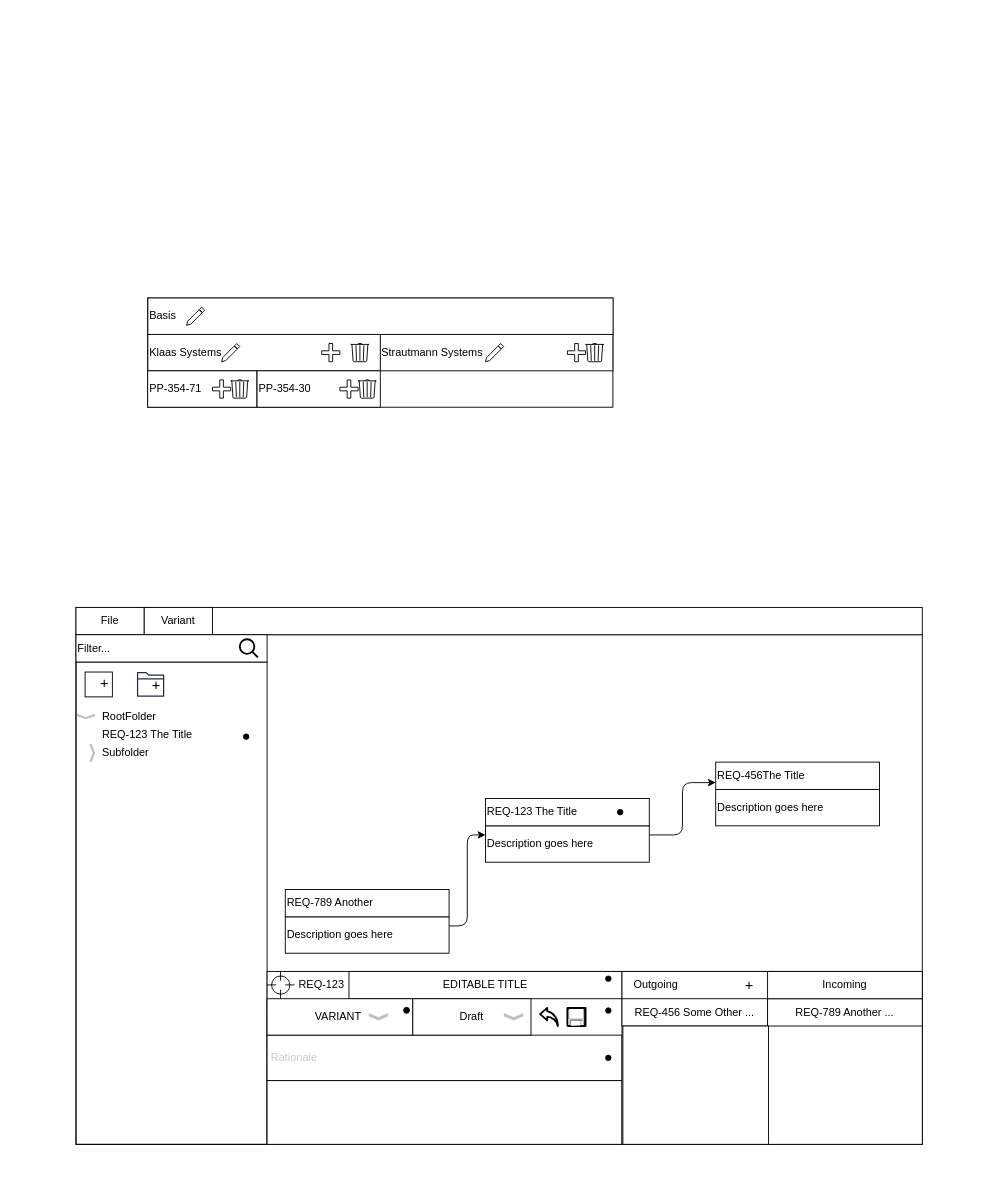
sb-oth/othmerding_requirements keeps this draw.io diagram as layout.drawio. Above is the earlier version. Source tidied: cells renumbered, new cells numbered last; positions are measured from the earlier drawing's top-left corner, leaving out a move shared by most shapes. Both pictures are drawn from the tidied source at 91%, with x=0, y=0 at pixel (76, 298).
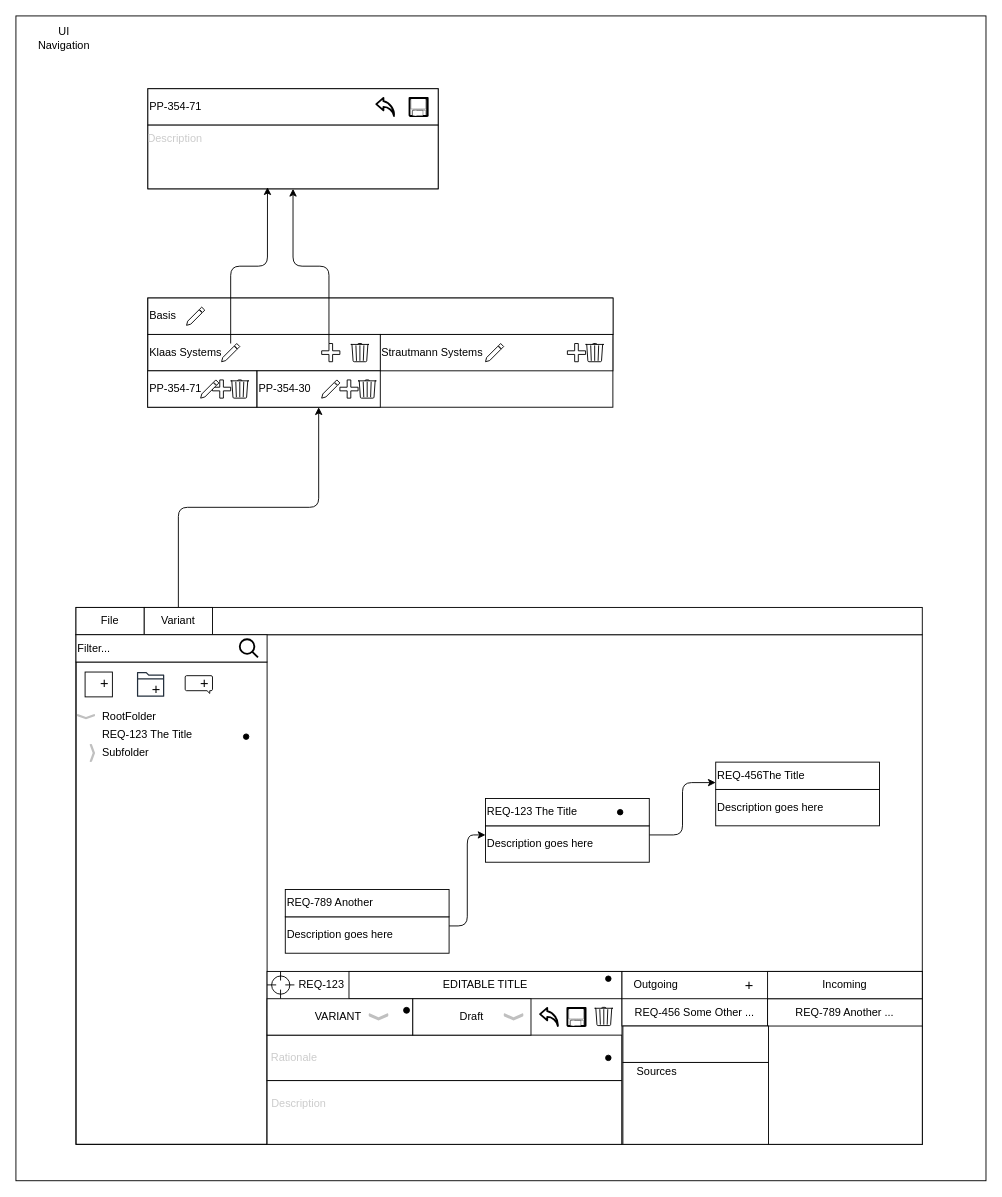
The same page after the edit.

Unchanged cells that the change refers to:
```xml
<mxCell id="18" value="Variant" style="rounded=0;whiteSpace=wrap;html=1;" parent="1" vertex="1">
  <mxGeometry x="75" y="340" width="75" height="30" as="geometry" />
</mxCell>
<mxCell id="36" value="&lt;span style=&quot;color: rgb(0, 0, 0);&quot;&gt;PP-354-30&lt;/span&gt;" style="rounded=0;whiteSpace=wrap;html=1;align=left;" parent="1" vertex="1">
  <mxGeometry x="199" y="80" width="135.4" height="40" as="geometry" />
</mxCell>
<mxCell id="37" style="shape=cross;whiteSpace=wrap;html=1;" parent="1" vertex="1">
  <mxGeometry x="270" y="50" width="20" height="20" as="geometry" />
</mxCell>
<mxCell id="45" style="html=1;dashed=0;verticalLabelPosition=bottom;verticalAlign=top;align=center;shape=mxgraph.gmdl.edit;shadow=0;sketch=0;labelPerimeter=1;" parent="1" vertex="1">
  <mxGeometry x="160" y="50" width="20" height="20" as="geometry" />
</mxCell>
```

Change to the diagram source:
```diff
@@
+    <mxCell id="76" style="rounded=0;whiteSpace=wrap;html=1;" parent="1" vertex="1">
+      <mxGeometry x="-66" y="-310" width="1066" height="1280" as="geometry" />
+    </mxCell>
@@
+    <mxCell id="77" style="edgeStyle=orthogonalEdgeStyle;shape=connector;rounded=1;html=1;exitX=0.5;exitY=0;exitDx=0;exitDy=0;entryX=0.5;entryY=1;entryDx=0;entryDy=0;strokeColor=default;strokeWidth=1;align=center;verticalAlign=middle;fontFamily=Helvetica;fontSize=11;fontColor=default;labelBackgroundColor=default;endArrow=classic;endFill=1;" parent="1" edge="1" source="18" target="36">
+      <mxGeometry relative="1" as="geometry" />
+    </mxCell>
@@
+    <mxCell id="78" style="edgeStyle=orthogonalEdgeStyle;shape=connector;rounded=1;html=1;exitX=0.5;exitY=0;exitDx=-2;exitDy=0;exitPerimeter=0;entryX=0.5;entryY=1;entryDx=0;entryDy=0;strokeColor=default;strokeWidth=1;align=center;verticalAlign=middle;fontFamily=Helvetica;fontSize=11;fontColor=default;labelBackgroundColor=default;endArrow=classic;endFill=1;" parent="1" edge="1" source="37" target="81">
+      <mxGeometry relative="1" as="geometry" />
+    </mxCell>
@@
-    <mxCell id="53" style="ellipse;whiteSpace=wrap;html=1;shapeInside=1;fillColor=#000000;" parent="1" vertex="1">
-      <mxGeometry x="582" y="780" width="6" height="6" as="geometry" />
-    </mxCell>
@@
-    <mxCell id="59" value="&lt;font style=&quot;font-size: 16px;&quot;&gt;+&lt;/font&gt;" style="text;html=1;whiteSpace=wrap;strokeColor=none;fillColor=none;align=center;verticalAlign=middle;rounded=0;" parent="1" vertex="1">
-      <mxGeometry x="67" y="410" width="43" height="30" as="geometry" />
-    </mxCell>
@@
     <mxCell id="75" style="rounded=0;whiteSpace=wrap;html=1;" parent="1" vertex="1">
-      <mxGeometry x="601" y="800" width="160" height="130" as="geometry" />
+      <mxGeometry x="601" y="800" width="160" height="40" as="geometry" />
     </mxCell>
+    <mxCell id="79" style="rounded=0;whiteSpace=wrap;html=1;" parent="1" vertex="1">
+      <mxGeometry x="79" y="-230" width="319" height="110" as="geometry" />
+    </mxCell>
+    <mxCell id="80" value="PP-354-71" style="rounded=0;whiteSpace=wrap;html=1;align=left;" parent="1" vertex="1">
+      <mxGeometry x="79" y="-230" width="319" height="40" as="geometry" />
+    </mxCell>
+    <mxCell id="81" style="rounded=0;whiteSpace=wrap;html=1;align=left;" parent="1" vertex="1">
+      <mxGeometry x="79" y="-190" width="319" height="70" as="geometry" />
+    </mxCell>
+    <mxCell id="82" style="html=1;dashed=0;verticalLabelPosition=bottom;verticalAlign=top;align=center;shape=mxgraph.gmdl.edit;shadow=0;sketch=0;labelPerimeter=1;" parent="1" vertex="1">
+      <mxGeometry x="137" y="90" width="20" height="20" as="geometry" />
+    </mxCell>
+    <mxCell id="83" style="html=1;dashed=0;verticalLabelPosition=bottom;verticalAlign=top;align=center;shape=mxgraph.gmdl.edit;shadow=0;sketch=0;labelPerimeter=1;" parent="1" vertex="1">
+      <mxGeometry x="270" y="90" width="20" height="20" as="geometry" />
+    </mxCell>
+    <mxCell id="84" value="Description" style="text;html=1;whiteSpace=wrap;strokeColor=none;fillColor=none;align=center;verticalAlign=middle;rounded=0;fontColor=#CCCCCC;" parent="1" vertex="1">
+      <mxGeometry x="215" y="870" width="60" height="30" as="geometry" />
+    </mxCell>
+    <mxCell id="85" value="Description" style="text;html=1;whiteSpace=wrap;strokeColor=none;fillColor=none;align=center;verticalAlign=middle;rounded=0;fontColor=#CCCCCC;" parent="1" vertex="1">
+      <mxGeometry x="79" y="-190" width="60" height="30" as="geometry" />
+    </mxCell>
+    <mxCell id="86" style="sketch=0;html=1;dashed=0;strokeWidth=2;verticalLabelPosition=bottom;verticalAlign=top;align=center;shape=mxgraph.cisco.storage.diskette;labelPerimeter=1;" parent="1" vertex="1">
+      <mxGeometry x="366.5" y="-220" width="20" height="20" as="geometry" />
+    </mxCell>
+    <mxCell id="87" style="shape=mxgraph.arrows.jump-in_arrow_2;html=1;verticalLabelPosition=bottom;verticalAlign=top;strokeWidth=2;strokeColor=#000000;labelPerimeter=1;rotation=90;" parent="1" vertex="1">
+      <mxGeometry x="330" y="-220" width="20" height="20" as="geometry" />
+    </mxCell>
+    <mxCell id="88" style="edgeStyle=orthogonalEdgeStyle;shape=connector;rounded=1;html=1;entryX=0.412;entryY=0.975;entryDx=0;entryDy=0;entryPerimeter=0;strokeColor=default;strokeWidth=1;align=center;verticalAlign=middle;fontFamily=Helvetica;fontSize=11;fontColor=default;labelBackgroundColor=default;endArrow=classic;endFill=1;" parent="1" edge="1" source="45" target="81">
+      <mxGeometry relative="1" as="geometry" />
+    </mxCell>
+    <mxCell id="89" style="html=1;verticalLabelPosition=bottom;align=center;labelBackgroundColor=#ffffff;verticalAlign=top;strokeWidth=1;shadow=0;dashed=0;shape=mxgraph.ios7.icons.message;labelPerimeter=1;" parent="1" vertex="1">
+      <mxGeometry x="120" y="415" width="30" height="19.5" as="geometry" />
+    </mxCell>
+    <mxCell id="59" value="&lt;font style=&quot;font-size: 16px;&quot;&gt;+&lt;/font&gt;" style="text;html=1;whiteSpace=wrap;strokeColor=none;fillColor=none;align=center;verticalAlign=middle;rounded=0;" parent="1" vertex="1">
+      <mxGeometry x="120" y="408.3" width="43" height="30" as="geometry" />
+    </mxCell>
+    <mxCell id="90" value="&lt;font style=&quot;font-size: 16px;&quot;&gt;+&lt;/font&gt;" style="text;html=1;whiteSpace=wrap;strokeColor=none;fillColor=none;align=center;verticalAlign=middle;rounded=0;" parent="1" vertex="1">
+      <mxGeometry x="67" y="415" width="43" height="30" as="geometry" />
+    </mxCell>
+    <mxCell id="91" style="rounded=0;whiteSpace=wrap;html=1;" parent="1" vertex="1">
+      <mxGeometry x="601" y="840" width="160" height="90" as="geometry" />
+    </mxCell>
+    <mxCell id="92" value="Sources" style="text;html=1;whiteSpace=wrap;strokeColor=none;fillColor=none;align=center;verticalAlign=middle;rounded=0;" parent="1" vertex="1">
+      <mxGeometry x="601" y="840" width="75" height="20" as="geometry" />
+    </mxCell>
+    <mxCell id="93" style="html=1;verticalLabelPosition=bottom;align=center;labelBackgroundColor=#ffffff;verticalAlign=top;strokeWidth=1;shadow=0;dashed=0;shape=mxgraph.ios7.icons.trashcan;labelPerimeter=1;" parent="1" vertex="1">
+      <mxGeometry x="570" y="779.5" width="20" height="20" as="geometry" />
+    </mxCell>
+    <mxCell id="94" value="UI Navigation" style="text;html=1;whiteSpace=wrap;strokeColor=none;fillColor=none;align=center;verticalAlign=middle;rounded=0;" parent="1" vertex="1">
+      <mxGeometry x="-43" y="-300" width="60" height="30" as="geometry" />
+    </mxCell>
```
